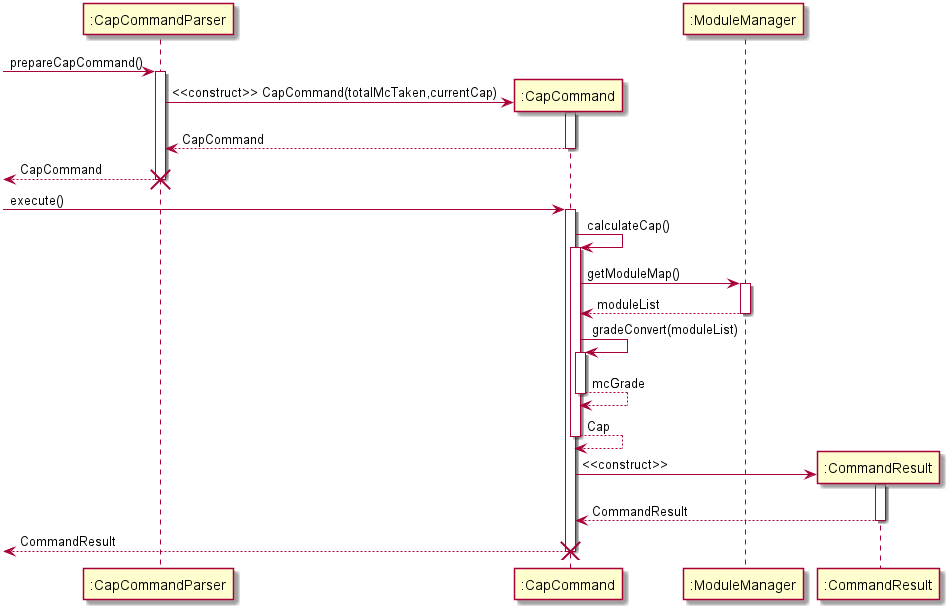
Before: docs/diagrams/CapCommandSequenceDiagram.png, a diagram exported from PlantUML (wangqinNick/tp).
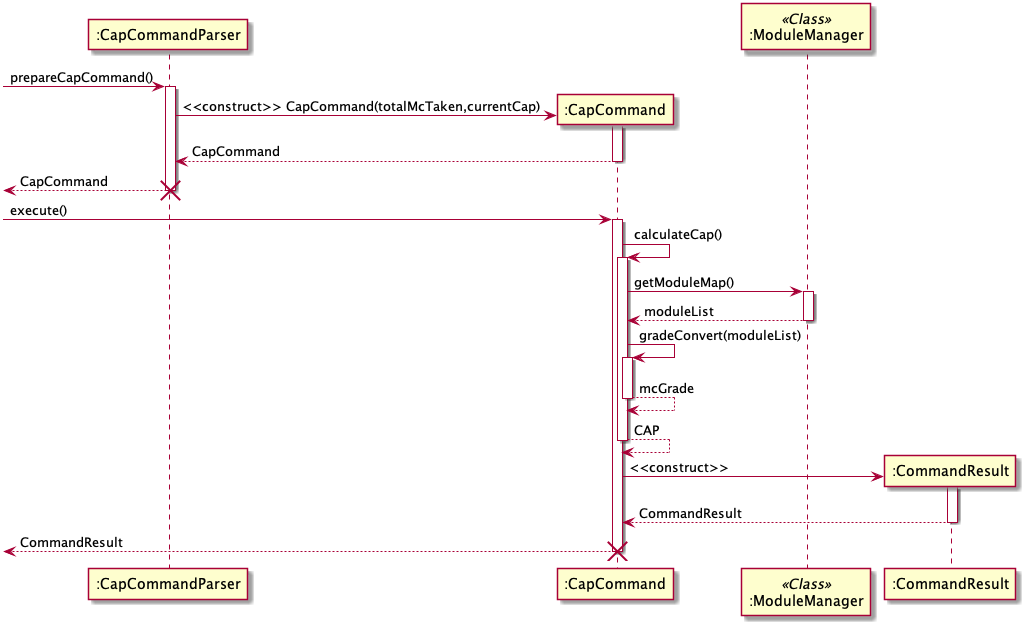
After the change.

Commit message:
Simplified Grade and CAP sequence diagrams

What changed in the source:
```diff
@@ -1,34 +1,23 @@
 @startuml
--> ":CapCommandParser" : prepareCapCommand()
-activate ":CapCommandParser"
-create ":CapCommand"
-":CapCommandParser" -> ":CapCommand" : <<construct>> CapCommand(totalMcTaken,currentCap)
-activate ":CapCommand"
-":CapCommandParser" <-- ":CapCommand" : CapCommand
-deactivate ":CapCommand"
-<-- ":CapCommandParser" : CapCommand
-destroy ":CapCommandParser"
-deactivate ":CapCommandParser"
--> ":CapCommand" : execute()
-activate ":CapCommand"
-":CapCommand" -> ":CapCommand" : calculateCap()
-activate ":CapCommand"
-":CapCommand" -> ":ModuleManager" : getModuleMap()
-activate ":ModuleManager"
-":CapCommand" <-- ":ModuleManager" : moduleList
-deactivate ":ModuleManager"
-":CapCommand" -> ":CapCommand" : gradeConvert(moduleList)
-activate ":CapCommand"
-":CapCommand" <-- ":CapCommand" : mcGrade
-deactivate ":CapCommand"
-":CapCommand" <-- ":CapCommand" : Cap
-deactivate ":CapCommand"
-create ":CommandResult"
-":CapCommand" -> ":CommandResult" : <<construct>>
-activate ":CommandResult"
-":CapCommand" <-- ":CommandResult" : CommandResult
-deactivate ":CommandResult"
-<-- ":CapCommand" : CommandResult
-deactivate ":CapCommand"
-destroy ":CapCommand"
+
+-> ":CapCommandParser" ++ : prepareCapCommand()
+    ":CapCommandParser" -> ":CapCommand" ** : <<construct>> CapCommand(totalMcTaken,currentCap)
+    activate ":CapCommand"
+    return CapCommand
+<-- ":CapCommandParser" !! : CapCommand
+
+-> ":CapCommand" ++ : execute()
+    ":CapCommand" -> ":CapCommand" ++ : calculateCap()
+        participant ":ModuleManager" as MM << Class >>
+        ":CapCommand" -> MM ++ : getModuleMap()
+        return moduleList
+
+        ":CapCommand" -> ":CapCommand" ++ : gradeConvert(moduleList)
+        return mcGrade
+    return CAP
+
+    create ":CommandResult"
+    ":CapCommand" -> ":CommandResult" ++ : <<construct>>
+    return CommandResult
+<-- ":CapCommand" !! : CommandResult
 @enduml
```
